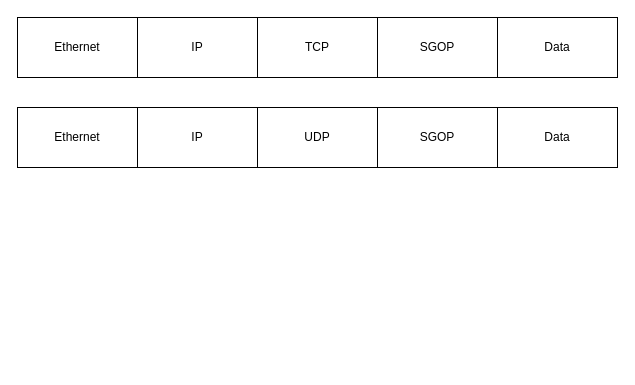
Earlier version of the draw.io diagram sgOnlineNetworking.drawio (kjblanchard/drawio). Source tidied: cells renumbered, new cells numbered last; positions are measured from the earlier drawing's top-left corner, leaving out a move shared by most shapes. Both pictures are drawn from the tidied source at 100%, with x=0, y=0 at pixel (17, 17).
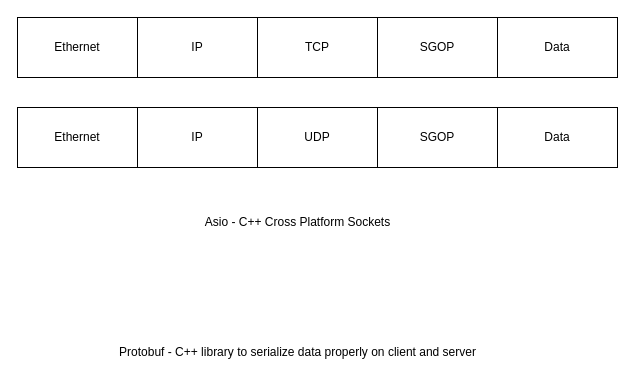
After the change.

Diff of the diagram source:
```diff
@@
 <mxGraphModel>
   <root>
     <mxCell id="0" />
     <mxCell id="1" parent="0" />
     <mxCell id="2" value="Ethernet" style="rounded=0;whiteSpace=wrap;html=1;" parent="1" vertex="1">
       <mxGeometry width="120" height="60" as="geometry" />
     </mxCell>
     <mxCell id="3" value="TCP" style="rounded=0;whiteSpace=wrap;html=1;" parent="1" vertex="1">
       <mxGeometry x="240" width="120" height="60" as="geometry" />
     </mxCell>
     <mxCell id="4" value="IP" style="rounded=0;whiteSpace=wrap;html=1;" parent="1" vertex="1">
       <mxGeometry x="120" width="120" height="60" as="geometry" />
     </mxCell>
     <mxCell id="5" value="Ethernet" style="rounded=0;whiteSpace=wrap;html=1;" parent="1" vertex="1">
       <mxGeometry y="90" width="120" height="60" as="geometry" />
     </mxCell>
     <mxCell id="6" value="UDP" style="rounded=0;whiteSpace=wrap;html=1;" parent="1" vertex="1">
       <mxGeometry x="240" y="90" width="120" height="60" as="geometry" />
     </mxCell>
     <mxCell id="7" value="IP" style="rounded=0;whiteSpace=wrap;html=1;" parent="1" vertex="1">
       <mxGeometry x="120" y="90" width="120" height="60" as="geometry" />
     </mxCell>
     <mxCell id="8" value="SGOP" style="rounded=0;whiteSpace=wrap;html=1;" parent="1" vertex="1">
       <mxGeometry x="360" width="120" height="60" as="geometry" />
     </mxCell>
     <mxCell id="9" value="SGOP" style="rounded=0;whiteSpace=wrap;html=1;" parent="1" vertex="1">
       <mxGeometry x="360" y="90" width="120" height="60" as="geometry" />
     </mxCell>
     <mxCell id="10" value="Data" style="rounded=0;whiteSpace=wrap;html=1;" parent="1" vertex="1">
       <mxGeometry x="480" width="120" height="60" as="geometry" />
     </mxCell>
     <mxCell id="11" value="Data" style="rounded=0;whiteSpace=wrap;html=1;" parent="1" vertex="1">
       <mxGeometry x="480" y="90" width="120" height="60" as="geometry" />
     </mxCell>
+    <mxCell id="12" value="Protobuf - C++ library to serialize data properly on client and server" style="text;html=1;align=center;verticalAlign=middle;strokeColor=none;fillColor=none;" parent="1" vertex="1">
+      <mxGeometry x="90" y="320" width="380" height="30" as="geometry" />
+    </mxCell>
+    <mxCell id="13" value="Asio - C++ Cross Platform Sockets" style="text;html=1;align=center;verticalAlign=middle;strokeColor=none;fillColor=none;" parent="1" vertex="1">
+      <mxGeometry x="175" y="190" width="210" height="30" as="geometry" />
+    </mxCell>
   </root>
 </mxGraphModel>
```
